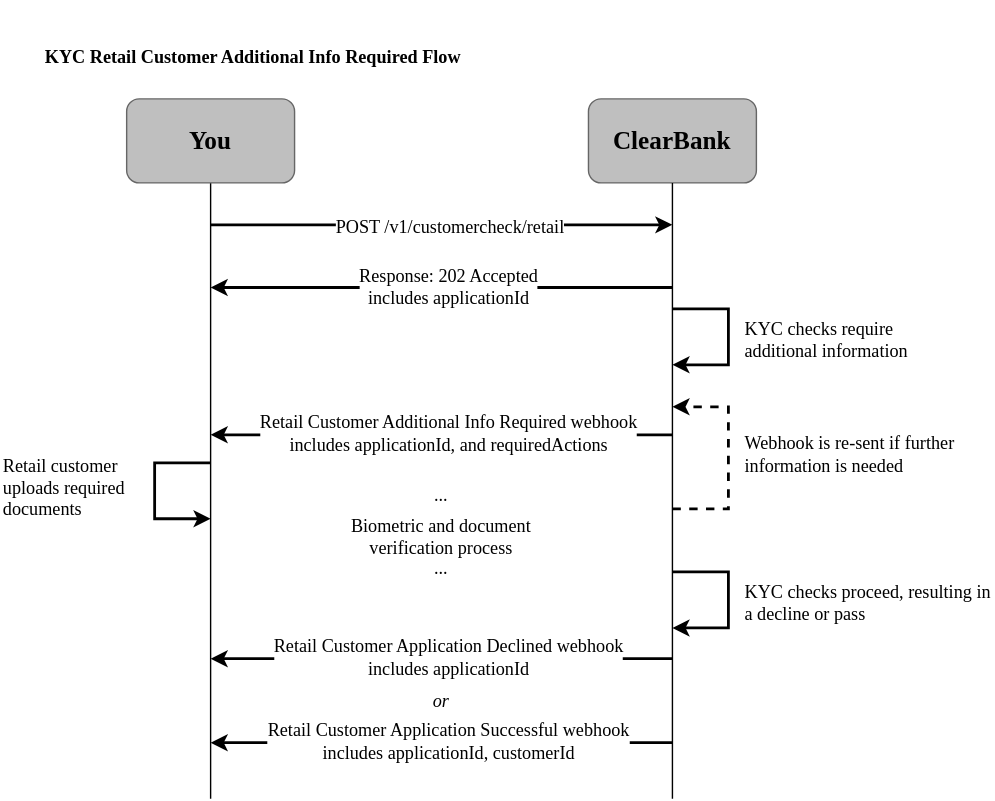
This is assets/images/diagrams/uk/kyc/kyc-flow-pending.svg from clearbank/clearbank.github.io, a draw.io export, as it was before one commit. Source tidied: cells renumbered, new cells last; positions are measured from the earlier drawing's top-left corner, leaving out a move shared by most shapes.
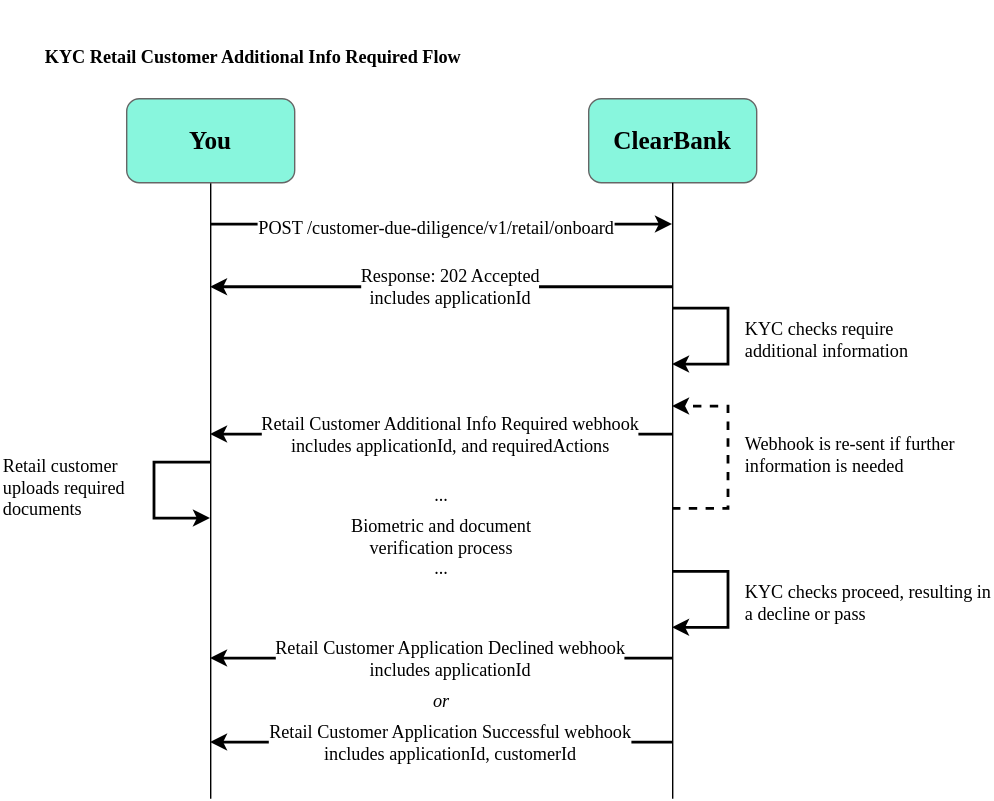
Above is the later version.

What changed in the source:
```diff
@@ -8,7 +8,7 @@
     <mxCell id="3" style="rounded=0;whiteSpace=wrap;html=1;strokeColor=none;fontFamily=Clear Sans Text;fontSize=13;fillColor=#FFFFFF;" parent="1" vertex="1">
       <mxGeometry x="230" width="120" height="20" as="geometry" />
     </mxCell>
-    <mxCell id="4" value="ClearBank" style="rounded=1;whiteSpace=wrap;html=1;strokeColor=#666666;fillColor=#BFBFBF;gradientColor=none;fontFamily=Clear Sans Text;fontStyle=1;fontSize=18;fontColor=#000000;" parent="1" vertex="1">
+    <mxCell id="4" value="ClearBank" style="rounded=1;whiteSpace=wrap;html=1;strokeColor=#666666;fillColor=#88F6DD;gradientColor=none;fontFamily=Clear Sans Text;fontStyle=1;fontSize=18;fontColor=#000000;" parent="1" vertex="1">
       <mxGeometry x="420" y="70" width="120" height="60" as="geometry" />
     </mxCell>
     <mxCell id="5" style="edgeStyle=orthogonalEdgeStyle;rounded=0;jettySize=auto;html=1;endArrow=none;endFill=0;exitX=0.5;exitY=1;exitDx=0;exitDy=0;fontFamily=Clear Sans Text;fontSize=13;strokeColor=#000000;" parent="1" edge="1" source="4">
@@ -25,7 +25,7 @@
         <mxPoint x="150" y="570" as="targetPoint" />
       </mxGeometry>
     </mxCell>
-    <mxCell id="7" value="You" style="rounded=1;whiteSpace=wrap;html=1;strokeColor=#666666;fillColor=#BFBFBF;gradientColor=none;fontFamily=Clear Sans Text;fontStyle=1;fontSize=18;fontColor=#000000;" parent="1" vertex="1">
+    <mxCell id="7" value="You" style="rounded=1;whiteSpace=wrap;html=1;strokeColor=#666666;fillColor=#88F6DD;gradientColor=none;fontFamily=Clear Sans Text;fontStyle=1;fontSize=18;fontColor=#000000;" parent="1" vertex="1">
       <mxGeometry x="90" y="70" width="120" height="60" as="geometry" />
     </mxCell>
     <mxCell id="8" style="endArrow=classic;html=1;rounded=0;strokeWidth=2;fontFamily=Clear Sans Text;fontSize=13;strokeColor=#000000;" parent="1" edge="1">
@@ -34,9 +34,9 @@
         <mxPoint x="480" y="160" as="targetPoint" />
       </mxGeometry>
     </mxCell>
-    <mxCell id="9" value="POST /v1/customercheck/retail" style="edgeLabel;html=1;align=center;verticalAlign=middle;fontFamily=Clear Sans Text;fontSize=13;fontColor=#000000;labelBackgroundColor=#FFFFFF;" parent="8" vertex="1">
+    <mxCell id="9" value="POST /customer-due-diligence/v1/retail/onboard" style="edgeLabel;html=1;align=center;verticalAlign=middle;fontFamily=Clear Sans Text;fontSize=13;fontColor=#000000;labelBackgroundColor=#FFFFFF;" parent="8" vertex="1">
       <mxGeometry x="0.09" y="-1" relative="1" as="geometry">
-        <mxPoint x="-9" as="offset" />
+        <mxPoint x="-19" as="offset" />
       </mxGeometry>
     </mxCell>
     <mxCell id="10" style="endArrow=classic;html=1;rounded=0;strokeWidth=2;fontFamily=Clear Sans Text;fontSize=13;strokeColor=#000000;" parent="1" edge="1">
```
